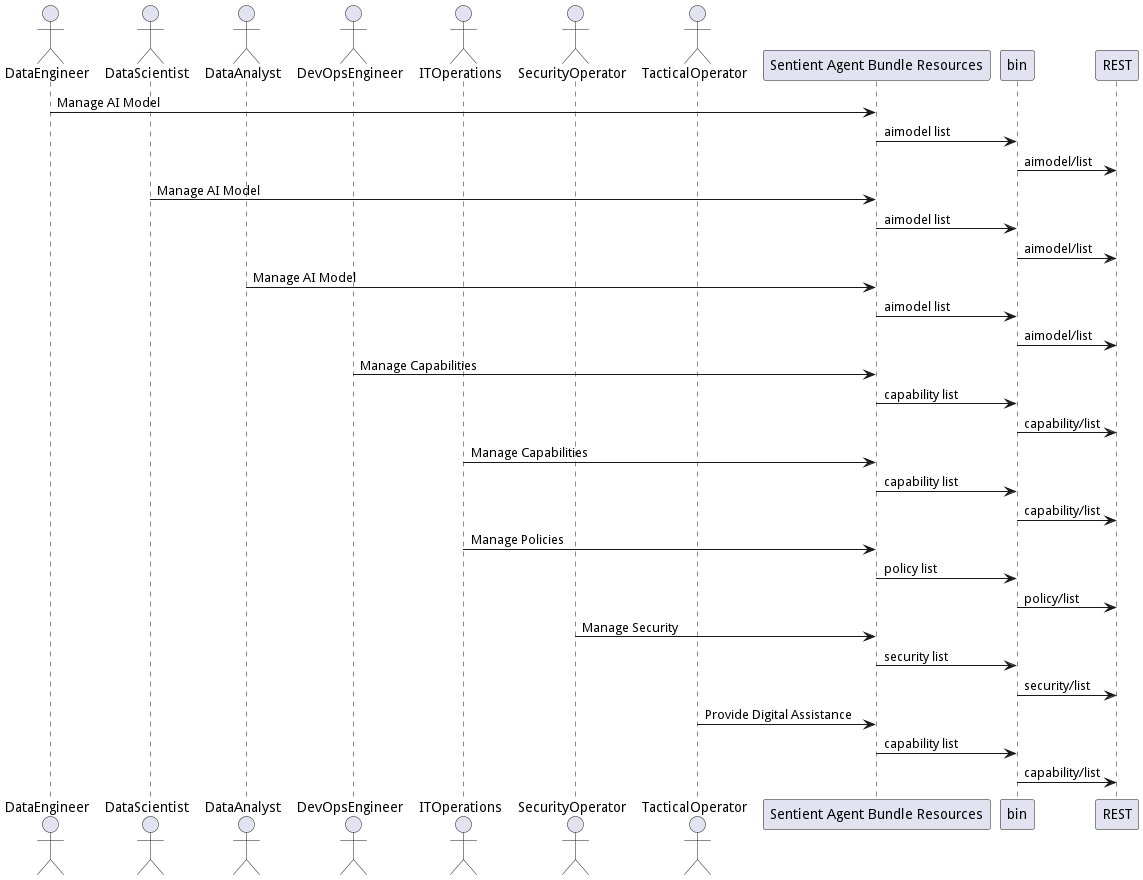
This is docs/sabr/userinteraction.png from madajaju/sabr, a PlantUML export, as it was before one commit. The source it was exported from:
```plantuml
@startuml


actor "DataEngineer" as dataengineer

actor "DataScientist" as datascientist

actor "DataAnalyst" as analyst

actor "DevOpsEngineer" as devops

actor "ITOperations" as itops

actor "SecurityOperator" as secops

actor "TacticalOperator" as tacticaloperator




dataengineer -> "Sentient Agent Bundle Resources": Manage AI Model
"Sentient Agent Bundle Resources" -> bin: aimodel list
bin -> REST: aimodel/list

datascientist -> "Sentient Agent Bundle Resources": Manage AI Model
"Sentient Agent Bundle Resources" -> bin: aimodel list
bin -> REST: aimodel/list

analyst -> "Sentient Agent Bundle Resources": Manage AI Model
"Sentient Agent Bundle Resources" -> bin: aimodel list
bin -> REST: aimodel/list

devops -> "Sentient Agent Bundle Resources": Manage Capabilities
"Sentient Agent Bundle Resources" -> bin: capability list
bin -> REST: capability/list

itops -> "Sentient Agent Bundle Resources": Manage Capabilities
"Sentient Agent Bundle Resources" -> bin: capability list
bin -> REST: capability/list

itops -> "Sentient Agent Bundle Resources": Manage Policies
"Sentient Agent Bundle Resources" -> bin: policy list
bin -> REST: policy/list

secops -> "Sentient Agent Bundle Resources": Manage Security
"Sentient Agent Bundle Resources" -> bin: security list
bin -> REST: security/list

tacticaloperator -> "Sentient Agent Bundle Resources": Provide Digital Assistance
"Sentient Agent Bundle Resources" -> bin: capability list
bin -> REST: capability/list



@enduml
```
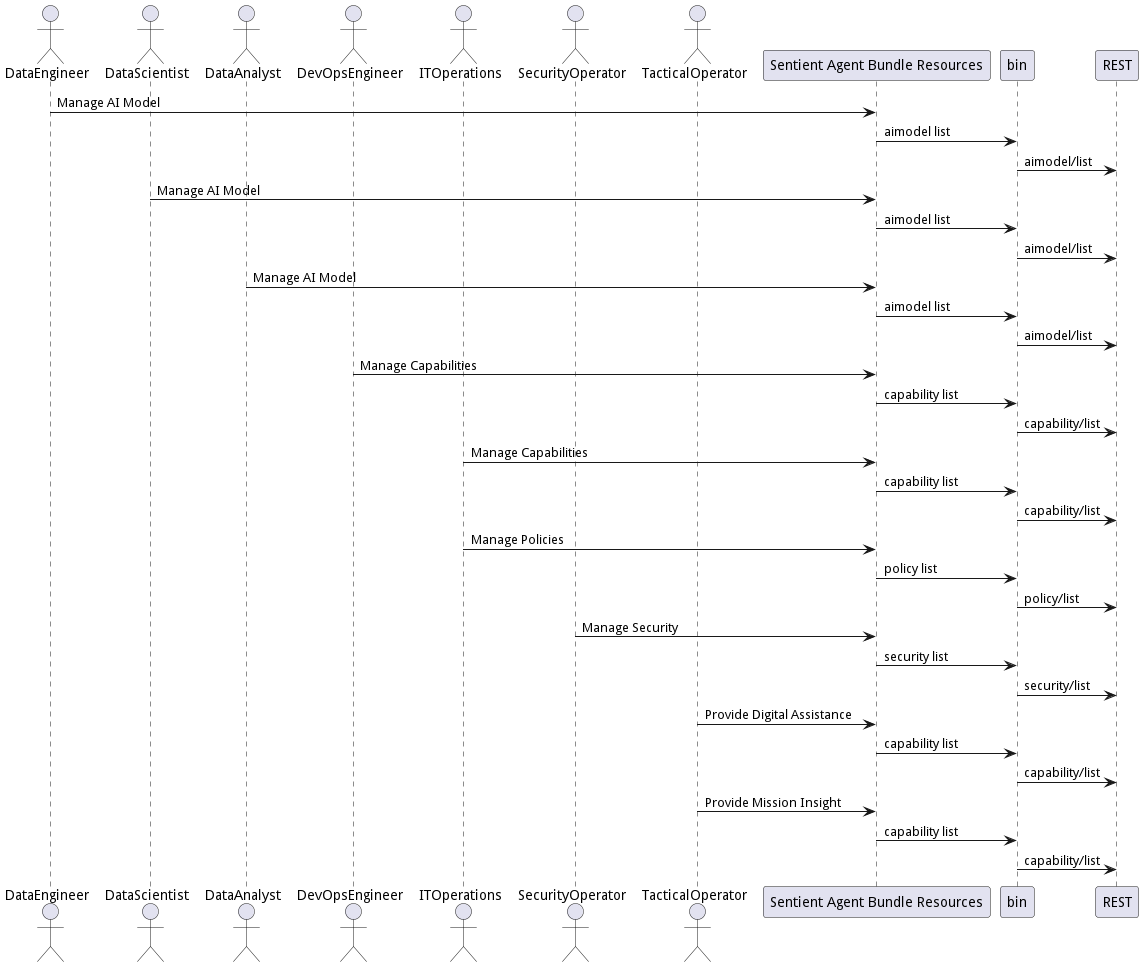
After the change.

Diff of the diagram source:
```diff
@@ -50,6 +50,10 @@
 "Sentient Agent Bundle Resources" -> bin: capability list
 bin -> REST: capability/list
 
+tacticaloperator -> "Sentient Agent Bundle Resources": Provide Mission Insight
+"Sentient Agent Bundle Resources" -> bin: capability list
+bin -> REST: capability/list
+
 
 
 @enduml
```
